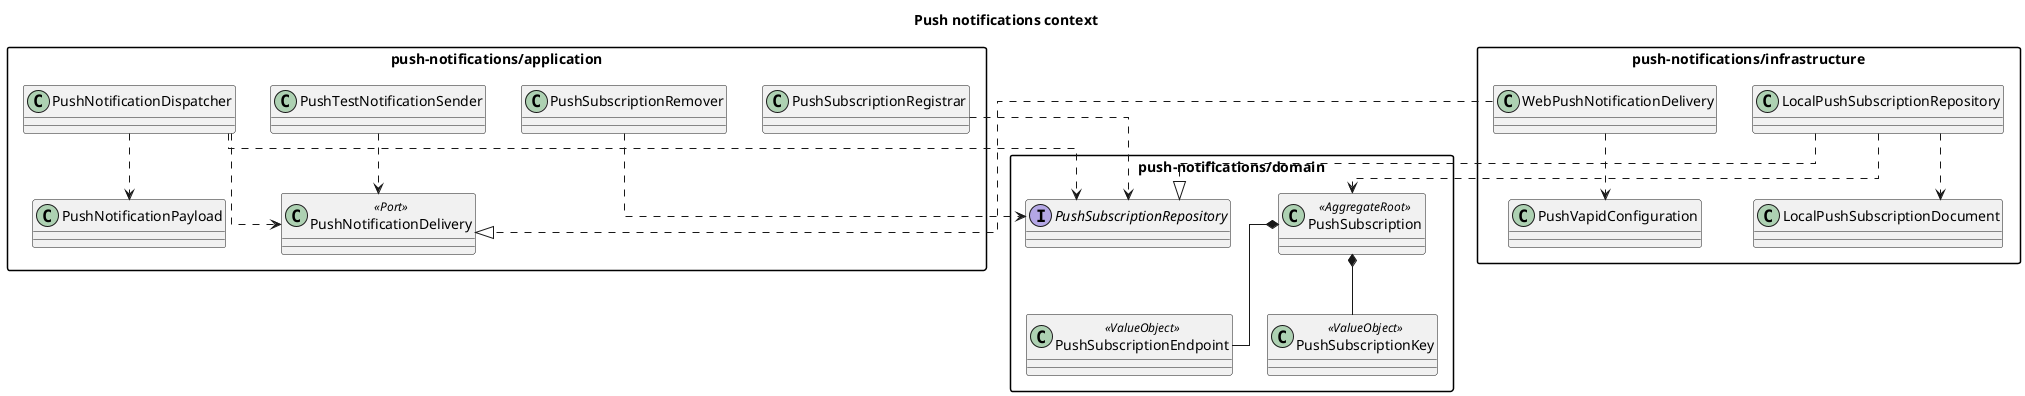
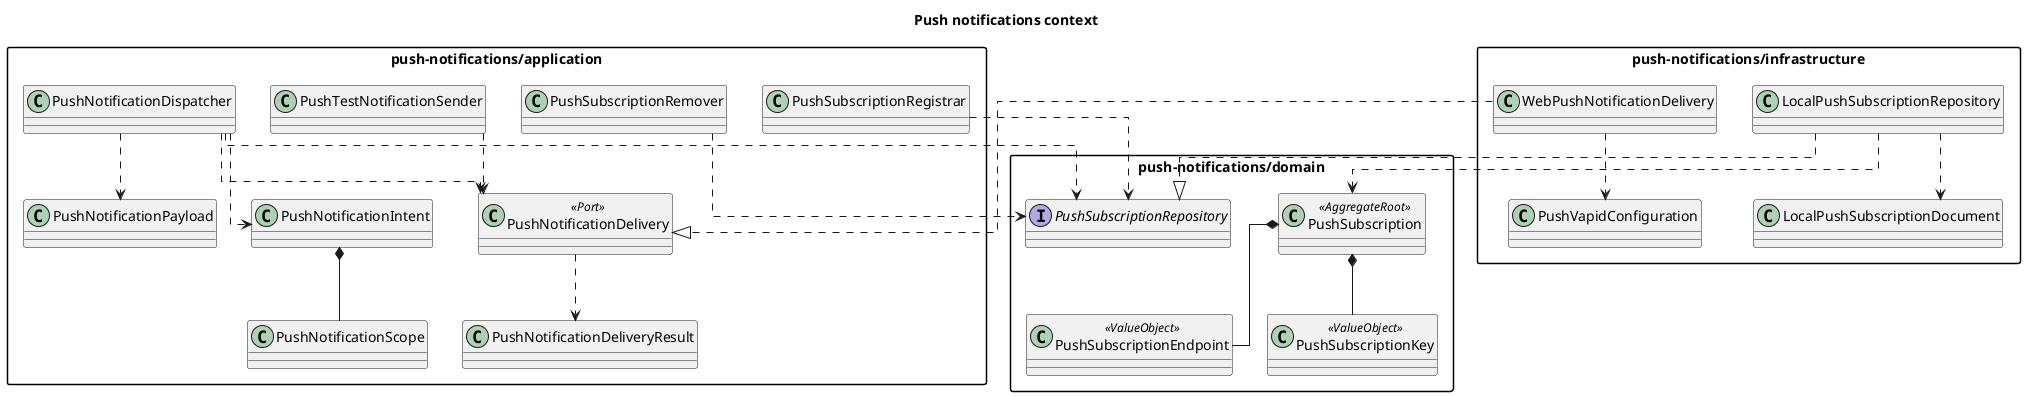
@startuml PushNotificationsClasses
title Push notifications context

skinparam packageStyle rectangle
skinparam linetype ortho

package "push-notifications/domain" {
  class PushSubscription <<AggregateRoot>>
  class PushSubscriptionEndpoint <<ValueObject>>
  class PushSubscriptionKey <<ValueObject>>

  interface PushSubscriptionRepository
}

package "push-notifications/application" {
  class PushSubscriptionRegistrar
  class PushSubscriptionRemover
  class PushNotificationDispatcher
  class PushNotificationDelivery <<Port>>
  class PushNotificationPayload
+   class PushNotificationIntent
+   class PushNotificationScope
+   class PushNotificationDeliveryResult
  class PushTestNotificationSender
}

package "push-notifications/infrastructure" {
  class LocalPushSubscriptionRepository
  class LocalPushSubscriptionDocument
  class PushVapidConfiguration
  class WebPushNotificationDelivery
}

PushSubscription *-- PushSubscriptionEndpoint
PushSubscription *-- PushSubscriptionKey

PushSubscriptionRegistrar ..> PushSubscriptionRepository
PushSubscriptionRemover ..> PushSubscriptionRepository
PushNotificationDispatcher ..> PushSubscriptionRepository
PushNotificationDispatcher ..> PushNotificationDelivery
PushNotificationDispatcher ..> PushNotificationPayload
+ PushNotificationDispatcher ..> PushNotificationIntent
+ PushNotificationIntent *-- PushNotificationScope
PushTestNotificationSender ..> PushNotificationDelivery
+ PushNotificationDelivery ..> PushNotificationDeliveryResult

LocalPushSubscriptionRepository ..|> PushSubscriptionRepository
LocalPushSubscriptionRepository ..> LocalPushSubscriptionDocument
LocalPushSubscriptionRepository ..> PushSubscription

WebPushNotificationDelivery ..|> PushNotificationDelivery
WebPushNotificationDelivery ..> PushVapidConfiguration

@enduml
